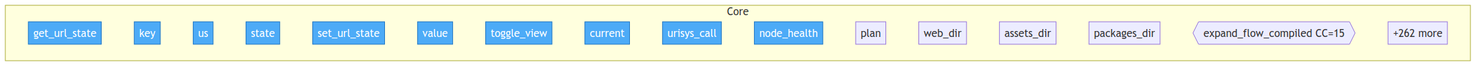
This is project/flow.png from if-uri/app, a Mermaid export, as it was before one commit. Its source is kept beside it as project/flow.mmd.
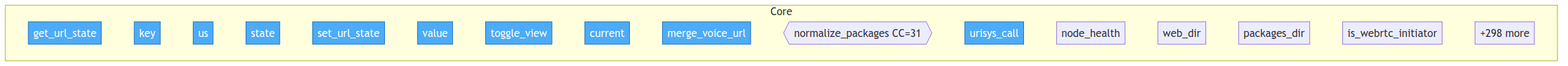
After the commit.

The edit, as a diff of the source:
```diff
@@ -11,14 +11,14 @@
         packages__ifuri_page__handlers__value["value"]
         packages__ifuri_page__handlers__toggle_view["toggle_view"]
         packages__ifuri_page__handlers__current["current"]
+        src__ifuri_app__url_params__merge_voice_url["merge_voice_url"]
+        src__ifuri_app__connect_store__normalize_packages{{normalize_packages CC=31}}
         packages__ifuri_bridge__handlers__urisys_call__urisys_call["urisys_call"]
         packages__ifuri_bridge__handlers__urisys_call__node_health["node_health"]
-        packages__ifuri_voice__handlers__plan__plan["plan"]
         src__ifuri_app__paths__web_dir["web_dir"]
-        src__ifuri_app__paths__assets_dir["assets_dir"]
         src__ifuri_app__paths__packages_dir["packages_dir"]
-        src__ifuri_app__flow_compile__expand_flow_compiled{{expand_flow_compiled CC=15}}
-        ...["+262 more"]
+        src__ifuri_app__webrtc_signal__is_webrtc_initiator["is_webrtc_initiator"]
+        ...["+298 more"]
     end
 
-    class packages__ifuri_page__handlers__get_url_state,packages__ifuri_page__handlers__key,packages__ifuri_page__handlers__us,packages__ifuri_page__handlers__state,packages__ifuri_page__handlers__set_url_state,packages__ifuri_page__handlers__value,packages__ifuri_page__handlers__toggle_view,packages__ifuri_page__handlers__current,packages__ifuri_bridge__handlers__urisys_call__urisys_call,packages__ifuri_bridge__handlers__urisys_call__node_health entry
+    class packages__ifuri_page__handlers__get_url_state,packages__ifuri_page__handlers__key,packages__ifuri_page__handlers__us,packages__ifuri_page__handlers__state,packages__ifuri_page__handlers__set_url_state,packages__ifuri_page__handlers__value,packages__ifuri_page__handlers__toggle_view,packages__ifuri_page__handlers__current,src__ifuri_app__url_params__merge_voice_url,packages__ifuri_bridge__handlers__urisys_call__urisys_call entry
```
